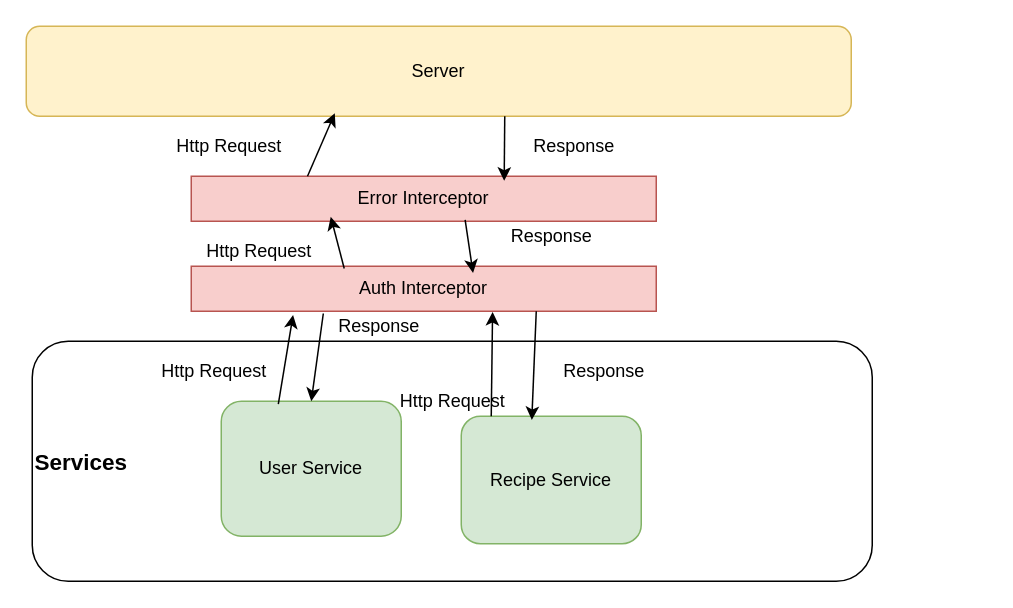
The draw.io diagram diagrams/authentication/interceptors.drawio in WenqingXie20581/Desk13, before the edit. Source tidied: cells renumbered, new cells numbered last; positions are measured from the earlier drawing's top-left corner, leaving out a move shared by most shapes. Both pictures are drawn from the tidied source at 150%, with x=0, y=0 at pixel (26, 26).
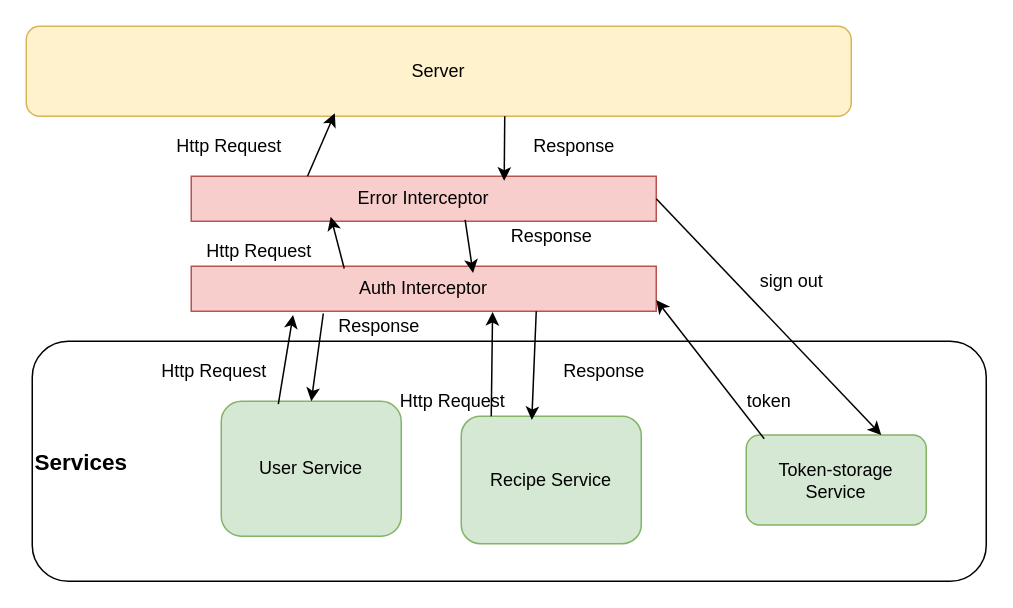
The same page after the edit.

Unchanged cells that the change refers to:
```xml
<mxCell id="5" value="Auth Interceptor" style="rounded=0;whiteSpace=wrap;html=1;fillColor=#f8cecc;strokeColor=#b85450;" parent="1" vertex="1">
  <mxGeometry x="110" y="160" width="310" height="30" as="geometry" />
</mxCell>
<mxCell id="6" value="Error Interceptor" style="rounded=0;whiteSpace=wrap;html=1;fillColor=#f8cecc;strokeColor=#b85450;" parent="1" vertex="1">
  <mxGeometry x="110" y="100" width="310" height="30" as="geometry" />
</mxCell>
```

Diff of the diagram source:
```diff
@@
     <mxCell id="2" value="&lt;b&gt;&lt;font style=&quot;font-size: 15px&quot;&gt;Services&lt;/font&gt;&lt;/b&gt;" style="rounded=1;whiteSpace=wrap;html=1;align=left;" parent="1" vertex="1">
-      <mxGeometry x="4" y="210" width="560" height="160" as="geometry" />
+      <mxGeometry x="4" y="210" width="636" height="160" as="geometry" />
     </mxCell>
@@
+    <mxCell id="24" value="Token-storage Service" style="rounded=1;whiteSpace=wrap;html=1;fillColor=#d5e8d4;strokeColor=#82b366;" parent="1" vertex="1">
+      <mxGeometry x="480" y="272.5" width="120" height="60" as="geometry" />
+    </mxCell>
+    <mxCell id="25" style="endArrow=classic;html=1;entryX=1;entryY=0.75;entryDx=0;entryDy=0;exitX=0.1;exitY=0.042;exitDx=0;exitDy=0;exitPerimeter=0;" parent="1" edge="1" source="24" target="5">
+      <mxGeometry relative="1" as="geometry" />
+    </mxCell>
+    <mxCell id="26" style="endArrow=classic;html=1;entryX=0.75;entryY=0;entryDx=0;entryDy=0;exitX=1;exitY=0.5;exitDx=0;exitDy=0;" parent="1" edge="1" source="6" target="24">
+      <mxGeometry relative="1" as="geometry" />
+    </mxCell>
+    <mxCell id="27" value="sign out" style="text;html=1;align=center;verticalAlign=middle;strokeColor=none;" parent="1" vertex="1">
+      <mxGeometry x="480" y="160" width="60" height="20" as="geometry" />
+    </mxCell>
+    <mxCell id="28" value="token" style="text;html=1;align=center;verticalAlign=middle;strokeColor=none;" parent="1" vertex="1">
+      <mxGeometry x="470" y="240" width="50" height="20" as="geometry" />
+    </mxCell>
```
